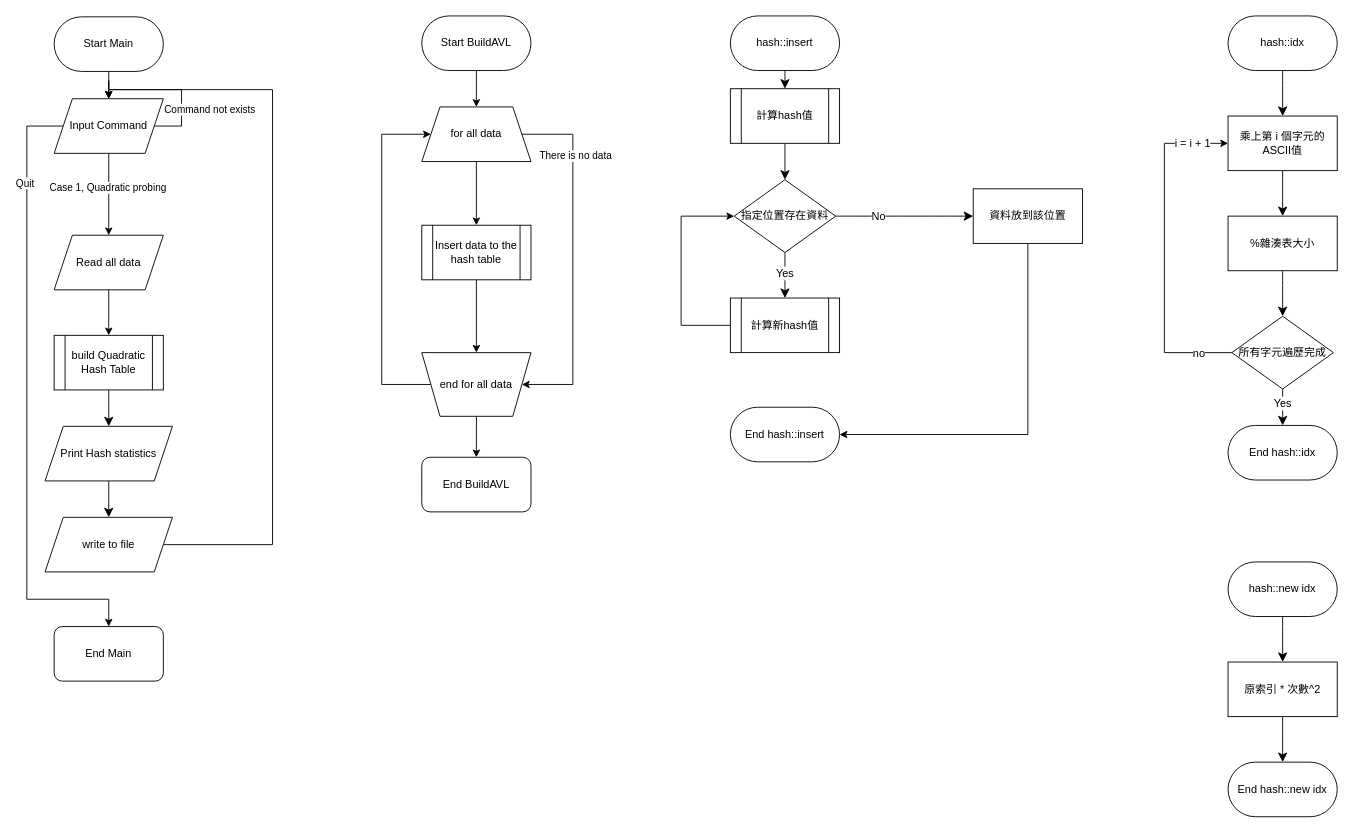
Above: DS2ex3_17_11127137_11127150/DS2ex3.drawio in ja-errorpro/CYCS_DS (draw.io), before the change. Source tidied: cells renumbered, new cells numbered last; positions are measured from the earlier drawing's top-left corner, leaving out a move shared by most shapes. Both pictures are drawn from the tidied source at 91%, with x=0, y=0 at pixel (26, 15).
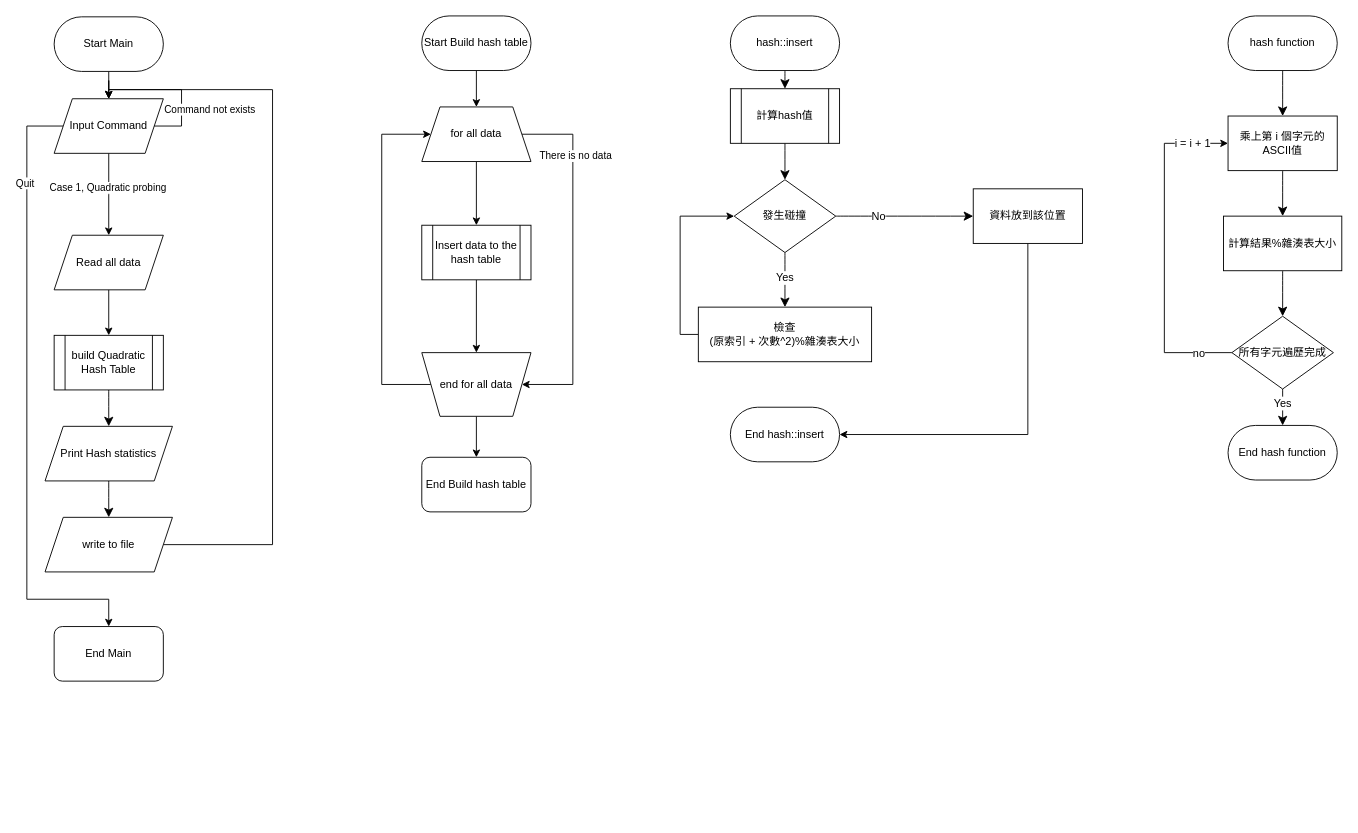
Above is the later version.

Diff of the diagram source:
```diff
@@
-    <mxCell id="21" value="Start BuildAVL" style="rounded=1;whiteSpace=wrap;html=1;arcSize=50;" parent="1" vertex="1">
+    <mxCell id="21" value="Start Build hash table" style="rounded=1;whiteSpace=wrap;html=1;arcSize=50;" parent="1" vertex="1">
       <mxGeometry x="434" width="120" height="60" as="geometry" />
     </mxCell>
@@
-    <mxCell id="31" value="End BuildAVL" style="rounded=1;whiteSpace=wrap;html=1;" parent="1" vertex="1">
+    <mxCell id="31" value="End Build hash table" style="rounded=1;whiteSpace=wrap;html=1;" parent="1" vertex="1">
       <mxGeometry x="434" y="485" width="120" height="60" as="geometry" />
     </mxCell>
@@
-    <mxCell id="41" style="edgeStyle=none;curved=1;rounded=0;jettySize=auto;html=1;fontSize=12;startSize=8;endSize=8;" parent="1" edge="1" source="44" target="45">
+    <mxCell id="41" style="edgeStyle=none;curved=1;rounded=0;jettySize=auto;html=1;fontSize=12;startSize=8;endSize=8;entryX=0.5;entryY=0;entryDx=0;entryDy=0;" parent="1" edge="1" source="44" target="66">
       <mxGeometry relative="1" as="geometry" />
     </mxCell>
@@
-    <mxCell id="44" value="指定位置存在資料" style="rhombus;whiteSpace=wrap;html=1;" parent="1" vertex="1">
+    <mxCell id="44" value="發生碰撞" style="rhombus;whiteSpace=wrap;html=1;" parent="1" vertex="1">
       <mxGeometry x="777.3" y="180" width="111.6" height="80" as="geometry" />
     </mxCell>
-    <mxCell id="45" value="計算新hash值" style="shape=process;whiteSpace=wrap;html=1;backgroundOutline=1;" parent="1" vertex="1">
-      <mxGeometry x="773.1" y="310" width="120" height="60" as="geometry" />
-    </mxCell>
@@
-    <mxCell id="47" value="hash::idx" style="rounded=1;whiteSpace=wrap;html=1;arcSize=50;" parent="1" vertex="1">
+    <mxCell id="47" value="hash function" style="rounded=1;whiteSpace=wrap;html=1;arcSize=50;" parent="1" vertex="1">
       <mxGeometry x="1320" width="120" height="60" as="geometry" />
     </mxCell>
-    <mxCell id="48" style="edgeStyle=orthogonalEdgeStyle;rounded=0;jettySize=auto;html=1;entryX=0;entryY=0.5;entryDx=0;entryDy=0;exitX=0;exitY=0.5;exitDx=0;exitDy=0;" parent="1" edge="1" source="45" target="44">
-      <mxGeometry relative="1" as="geometry">
-        <Array as="points">
-          <mxPoint x="719" y="340" />
-          <mxPoint x="719" y="220" />
-        </Array>
-      </mxGeometry>
-    </mxCell>
@@
-    <mxCell id="52" value="%雜湊表大小" style="rounded=0;whiteSpace=wrap;html=1;" parent="1" vertex="1">
-      <mxGeometry x="1320" y="220" width="120" height="60" as="geometry" />
+    <mxCell id="52" value="計算結果%雜湊表大小" style="rounded=0;whiteSpace=wrap;html=1;" parent="1" vertex="1">
+      <mxGeometry x="1315" y="220" width="130" height="60" as="geometry" />
     </mxCell>
@@
-    <mxCell id="59" value="End hash::idx" style="rounded=1;whiteSpace=wrap;html=1;arcSize=50;" parent="1" vertex="1">
+    <mxCell id="59" value="End hash function" style="rounded=1;whiteSpace=wrap;html=1;arcSize=50;" parent="1" vertex="1">
       <mxGeometry x="1320" y="450" width="120" height="60" as="geometry" />
     </mxCell>
-    <mxCell id="60" style="edgeStyle=none;curved=1;rounded=0;jettySize=auto;html=1;fontSize=12;startSize=8;endSize=8;entryX=0.5;entryY=0;entryDx=0;entryDy=0;" parent="1" edge="1" source="61" target="64">
-      <mxGeometry relative="1" as="geometry" />
-    </mxCell>
-    <mxCell id="61" value="hash::new idx" style="rounded=1;whiteSpace=wrap;html=1;arcSize=50;" parent="1" vertex="1">
-      <mxGeometry x="1320" y="600" width="120" height="60" as="geometry" />
-    </mxCell>
-    <mxCell id="62" value="End hash::new idx" style="rounded=1;whiteSpace=wrap;html=1;arcSize=50;" parent="1" vertex="1">
-      <mxGeometry x="1320" y="820" width="120" height="60" as="geometry" />
-    </mxCell>
-    <mxCell id="63" style="edgeStyle=none;curved=1;rounded=0;jettySize=auto;html=1;fontSize=12;startSize=8;endSize=8;" parent="1" edge="1" source="64" target="62">
-      <mxGeometry relative="1" as="geometry" />
-    </mxCell>
-    <mxCell id="64" value="原索引 * 次數^2" style="rounded=0;whiteSpace=wrap;html=1;" parent="1" vertex="1">
-      <mxGeometry x="1320" y="710" width="120" height="60" as="geometry" />
-    </mxCell>
+    <mxCell id="65" style="edgeStyle=orthogonalEdgeStyle;rounded=0;jettySize=auto;html=1;exitX=0;exitY=0.5;exitDx=0;exitDy=0;entryX=0;entryY=0.5;entryDx=0;entryDy=0;" parent="1" edge="1" source="66" target="44">
+      <mxGeometry relative="1" as="geometry" />
+    </mxCell>
+    <mxCell id="66" value="檢查&lt;div&gt;(原索引 + 次數^2)%雜湊表大小&lt;/div&gt;" style="rounded=0;whiteSpace=wrap;html=1;" parent="1" vertex="1">
+      <mxGeometry x="737.9" y="320" width="190.4" height="60" as="geometry" />
+    </mxCell>
```
